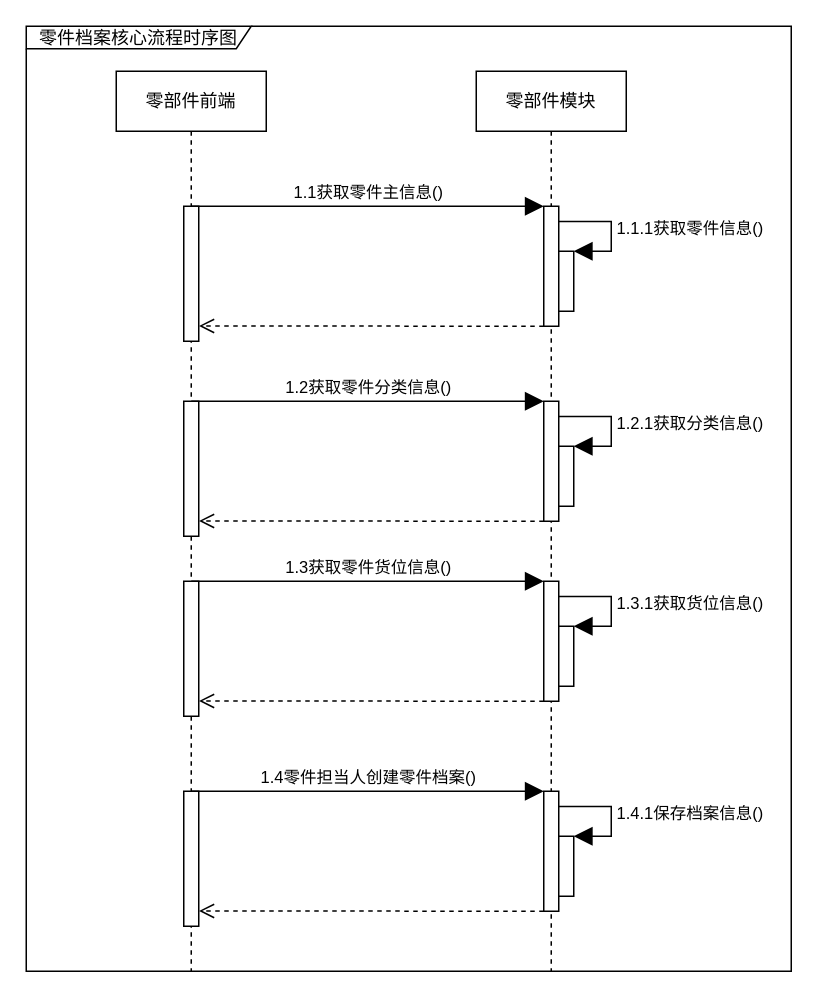
This is page "零件档案管理-时序图" (1 of 4) of 库存管理-零件档案管理.drawio from 1132489442/gitRepository1, a draw.io file, before an edit. Source tidied: cells renumbered, new cells numbered last; positions are measured from the earlier drawing's top-left corner, leaving out a move shared by most shapes. Both pictures are drawn from the tidied source at 150%, with x=0, y=0 at pixel (26, 26).
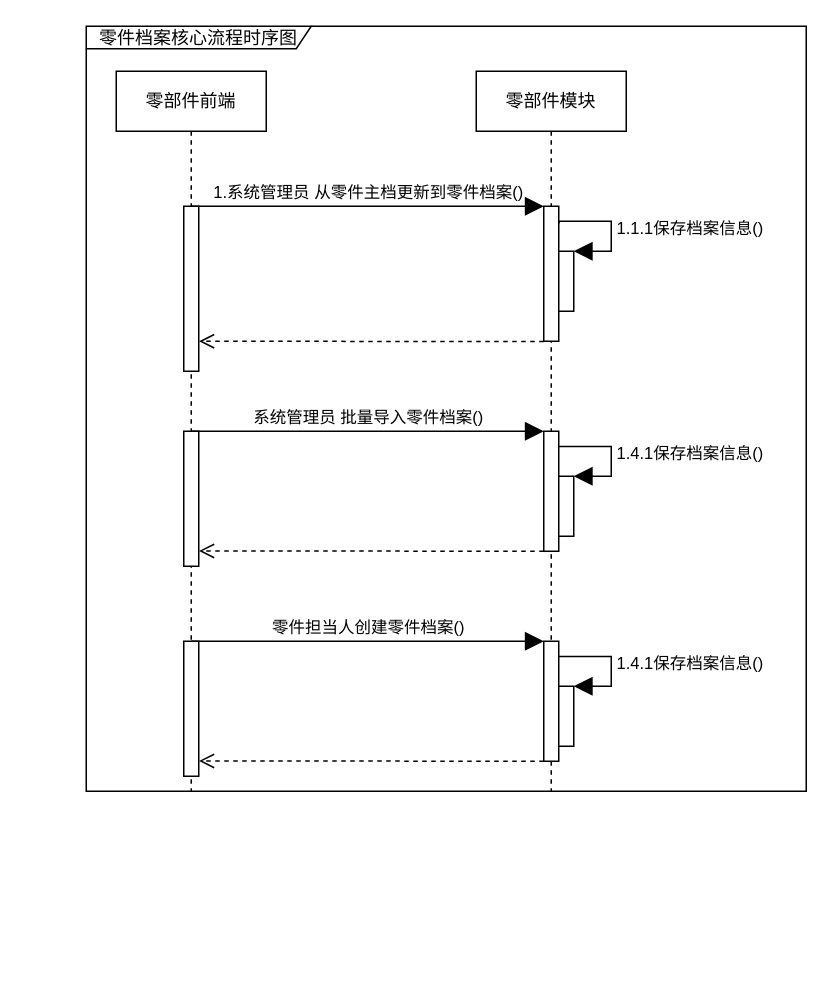
The same diagram, later.

The change refers to these unchanged cells:
```xml
<mxCell id="6" style="html=1;points=[];perimeter=orthogonalPerimeter;fillColor=#FFFFFF;" parent="4" vertex="1">
  <mxGeometry x="55" y="120" width="10" height="40" as="geometry" />
</mxCell>
```

Diff of the diagram source:
```diff
@@
     <mxCell id="2" value="零部件前端" style="shape=umlLifeline;perimeter=lifelinePerimeter;whiteSpace=wrap;html=1;fillColor=#FFFFFF;" parent="1" vertex="1">
-      <mxGeometry x="60" y="30" width="100" height="600" as="geometry" />
+      <mxGeometry x="60" y="30" width="100" height="480" as="geometry" />
     </mxCell>
     <mxCell id="3" style="html=1;perimeter=orthogonalPerimeter;fillColor=#FFFFFF;" parent="2" vertex="1">
-      <mxGeometry x="45" y="90" width="10" height="90" as="geometry" />
+      <mxGeometry x="45" y="90" width="10" height="110" as="geometry" />
     </mxCell>
     <mxCell id="4" value="零部件模块" style="shape=umlLifeline;perimeter=lifelinePerimeter;whiteSpace=wrap;html=1;fillColor=#FFFFFF;" parent="1" vertex="1">
-      <mxGeometry x="300" y="30" width="100" height="600" as="geometry" />
+      <mxGeometry x="300" y="30" width="100" height="480" as="geometry" />
     </mxCell>
     <mxCell id="5" style="html=1;points=[];perimeter=orthogonalPerimeter;fillColor=#FFFFFF;" parent="4" vertex="1">
-      <mxGeometry x="45" y="90" width="10" height="80" as="geometry" />
+      <mxGeometry x="45" y="90" width="10" height="90" as="geometry" />
     </mxCell>
@@
-    <mxCell id="7" value="1.1.1获取零件信息()" style="edgeStyle=orthogonalEdgeStyle;html=1;align=left;spacingLeft=2;endArrow=block;rounded=0;entryX=1;entryY=0;endSize=10;exitX=1.015;exitY=0.127;exitDx=0;exitDy=0;exitPerimeter=0;" parent="4" edge="1" source="5" target="6">
+    <mxCell id="7" value="1.1.1保存档案信息()" style="edgeStyle=orthogonalEdgeStyle;html=1;align=left;spacingLeft=2;endArrow=block;rounded=0;entryX=1;entryY=0;endSize=10;exitX=1.015;exitY=0.127;exitDx=0;exitDy=0;exitPerimeter=0;" parent="4" edge="1" source="5" target="6">
       <mxGeometry relative="1" as="geometry">
         <Array as="points">
           <mxPoint x="90" y="100" />
           <mxPoint x="90" y="120" />
         </Array>
       </mxGeometry>
     </mxCell>
-    <mxCell id="8" value="1.1获取零件主信息()" style="html=1;verticalAlign=bottom;endArrow=block;entryX=0;entryY=0;rounded=0;endSize=10;" parent="1" edge="1" target="5">
+    <mxCell id="8" value="1.系统管理员 从零件主档更新到零件档案()" style="html=1;verticalAlign=bottom;endArrow=block;entryX=0;entryY=0;rounded=0;endSize=10;" parent="1" edge="1" target="5">
       <mxGeometry relative="1" as="geometry">
         <mxPoint x="110" y="120" as="sourcePoint" />
       </mxGeometry>
     </mxCell>
     <mxCell id="9" style="html=1;verticalAlign=bottom;endArrow=open;dashed=1;endSize=8;exitX=0;exitY=0.95;rounded=0;entryX=1.017;entryY=0.948;entryDx=0;entryDy=0;entryPerimeter=0;" parent="1" edge="1">
       <mxGeometry relative="1" as="geometry">
-        <mxPoint x="345" y="200" as="sourcePoint" />
-        <mxPoint x="115.2" y="199.8" as="targetPoint" />
+        <mxPoint x="345" y="210.2" as="sourcePoint" />
+        <mxPoint x="115.2" y="210" as="targetPoint" />
       </mxGeometry>
     </mxCell>
-    <mxCell id="10" style="html=1;perimeter=orthogonalPerimeter;fillColor=#FFFFFF;" parent="1" vertex="1">
-      <mxGeometry x="105" y="250" width="10" height="90" as="geometry" />
-    </mxCell>
-    <mxCell id="11" style="html=1;points=[];perimeter=orthogonalPerimeter;fillColor=#FFFFFF;" parent="1" vertex="1">
-      <mxGeometry x="345" y="250" width="10" height="80" as="geometry" />
-    </mxCell>
-    <mxCell id="12" style="html=1;points=[];perimeter=orthogonalPerimeter;fillColor=#FFFFFF;" parent="1" vertex="1">
-      <mxGeometry x="355" y="280" width="10" height="40" as="geometry" />
-    </mxCell>
-    <mxCell id="13" value="1.2.1获取分类信息()" style="edgeStyle=orthogonalEdgeStyle;html=1;align=left;spacingLeft=2;endArrow=block;rounded=0;entryX=1;entryY=0;endSize=10;exitX=1.015;exitY=0.127;exitDx=0;exitDy=0;exitPerimeter=0;" parent="1" edge="1" source="11" target="12">
-      <mxGeometry relative="1" as="geometry">
-        <Array as="points">
-          <mxPoint x="390" y="260" />
-          <mxPoint x="390" y="280" />
-        </Array>
-      </mxGeometry>
-    </mxCell>
-    <mxCell id="14" value="1.2获取零件分类信息()" style="html=1;verticalAlign=bottom;endArrow=block;entryX=0;entryY=0;rounded=0;endSize=10;" parent="1" edge="1" target="11">
-      <mxGeometry relative="1" as="geometry">
-        <mxPoint x="110" y="250" as="sourcePoint" />
-      </mxGeometry>
-    </mxCell>
-    <mxCell id="15" style="html=1;verticalAlign=bottom;endArrow=open;dashed=1;endSize=8;exitX=0;exitY=0.95;rounded=0;entryX=1.017;entryY=0.948;entryDx=0;entryDy=0;entryPerimeter=0;" parent="1" edge="1">
-      <mxGeometry relative="1" as="geometry">
-        <mxPoint x="345" y="330" as="sourcePoint" />
-        <mxPoint x="115.2" y="329.8" as="targetPoint" />
-      </mxGeometry>
-    </mxCell>
-    <mxCell id="16" style="html=1;perimeter=orthogonalPerimeter;fillColor=#FFFFFF;" parent="1" vertex="1">
-      <mxGeometry x="105" y="370" width="10" height="90" as="geometry" />
-    </mxCell>
-    <mxCell id="17" style="html=1;points=[];perimeter=orthogonalPerimeter;fillColor=#FFFFFF;" parent="1" vertex="1">
-      <mxGeometry x="345" y="370" width="10" height="80" as="geometry" />
-    </mxCell>
-    <mxCell id="18" style="html=1;points=[];perimeter=orthogonalPerimeter;fillColor=#FFFFFF;" parent="1" vertex="1">
-      <mxGeometry x="355" y="400" width="10" height="40" as="geometry" />
-    </mxCell>
-    <mxCell id="19" value="1.3.1获取货位信息()" style="edgeStyle=orthogonalEdgeStyle;html=1;align=left;spacingLeft=2;endArrow=block;rounded=0;entryX=1;entryY=0;endSize=10;exitX=1.015;exitY=0.127;exitDx=0;exitDy=0;exitPerimeter=0;" parent="1" edge="1" source="17" target="18">
-      <mxGeometry relative="1" as="geometry">
-        <Array as="points">
-          <mxPoint x="390" y="380" />
-          <mxPoint x="390" y="400" />
-        </Array>
-      </mxGeometry>
-    </mxCell>
-    <mxCell id="20" value="1.3获取零件货位信息()" style="html=1;verticalAlign=bottom;endArrow=block;entryX=0;entryY=0;rounded=0;endSize=10;" parent="1" edge="1" target="17">
-      <mxGeometry relative="1" as="geometry">
-        <mxPoint x="110" y="370" as="sourcePoint" />
-      </mxGeometry>
-    </mxCell>
-    <mxCell id="21" style="html=1;verticalAlign=bottom;endArrow=open;dashed=1;endSize=8;exitX=0;exitY=0.95;rounded=0;entryX=1.017;entryY=0.948;entryDx=0;entryDy=0;entryPerimeter=0;" parent="1" edge="1">
-      <mxGeometry relative="1" as="geometry">
-        <mxPoint x="345" y="450" as="sourcePoint" />
-        <mxPoint x="115.2" y="449.8" as="targetPoint" />
-      </mxGeometry>
-    </mxCell>
     <mxCell id="22" style="html=1;perimeter=orthogonalPerimeter;fillColor=#FFFFFF;" parent="1" vertex="1">
-      <mxGeometry x="105" y="510" width="10" height="90" as="geometry" />
+      <mxGeometry x="105" y="410" width="10" height="90" as="geometry" />
     </mxCell>
     <mxCell id="23" style="html=1;points=[];perimeter=orthogonalPerimeter;fillColor=#FFFFFF;" parent="1" vertex="1">
-      <mxGeometry x="345" y="510" width="10" height="80" as="geometry" />
+      <mxGeometry x="345" y="410" width="10" height="80" as="geometry" />
     </mxCell>
     <mxCell id="24" style="html=1;points=[];perimeter=orthogonalPerimeter;fillColor=#FFFFFF;" parent="1" vertex="1">
-      <mxGeometry x="355" y="540" width="10" height="40" as="geometry" />
+      <mxGeometry x="355" y="440" width="10" height="40" as="geometry" />
     </mxCell>
     <mxCell id="25" value="1.4.1保存档案信息()" style="edgeStyle=orthogonalEdgeStyle;html=1;align=left;spacingLeft=2;endArrow=block;rounded=0;entryX=1;entryY=0;endSize=10;exitX=1.015;exitY=0.127;exitDx=0;exitDy=0;exitPerimeter=0;" parent="1" edge="1" source="23" target="24">
       <mxGeometry relative="1" as="geometry">
         <Array as="points">
-          <mxPoint x="390" y="520" />
-          <mxPoint x="390" y="540" />
+          <mxPoint x="390" y="420" />
+          <mxPoint x="390" y="440" />
         </Array>
       </mxGeometry>
     </mxCell>
-    <mxCell id="26" value="1.4零件担当人创建零件档案()" style="html=1;verticalAlign=bottom;endArrow=block;entryX=0;entryY=0;rounded=0;endSize=10;" parent="1" edge="1" target="23">
+    <mxCell id="26" value="零件担当人创建零件档案()" style="html=1;verticalAlign=bottom;endArrow=block;entryX=0;entryY=0;rounded=0;endSize=10;" parent="1" edge="1" target="23">
       <mxGeometry relative="1" as="geometry">
-        <mxPoint x="110" y="510" as="sourcePoint" />
+        <mxPoint x="110" y="410" as="sourcePoint" />
       </mxGeometry>
     </mxCell>
     <mxCell id="27" style="html=1;verticalAlign=bottom;endArrow=open;dashed=1;endSize=8;exitX=0;exitY=0.95;rounded=0;entryX=1.017;entryY=0.948;entryDx=0;entryDy=0;entryPerimeter=0;" parent="1" edge="1">
       <mxGeometry relative="1" as="geometry">
-        <mxPoint x="345" y="590" as="sourcePoint" />
-        <mxPoint x="115.2" y="589.8" as="targetPoint" />
+        <mxPoint x="345" y="490" as="sourcePoint" />
+        <mxPoint x="115.2" y="489.8" as="targetPoint" />
       </mxGeometry>
     </mxCell>
     <mxCell id="28" value="零件档案核心流程时序图" style="shape=umlFrame;whiteSpace=wrap;html=1;fillColor=#FFFFFF;width=150;height=15;" parent="1" vertex="1">
-      <mxGeometry width="510" height="630" as="geometry" />
+      <mxGeometry x="40" width="480" height="510" as="geometry" />
     </mxCell>
+    <mxCell id="29" style="html=1;perimeter=orthogonalPerimeter;fillColor=#FFFFFF;" parent="1" vertex="1">
+      <mxGeometry x="105" y="270" width="10" height="90" as="geometry" />
+    </mxCell>
+    <mxCell id="30" style="html=1;points=[];perimeter=orthogonalPerimeter;fillColor=#FFFFFF;" parent="1" vertex="1">
+      <mxGeometry x="345" y="270" width="10" height="80" as="geometry" />
+    </mxCell>
+    <mxCell id="31" style="html=1;points=[];perimeter=orthogonalPerimeter;fillColor=#FFFFFF;" parent="1" vertex="1">
+      <mxGeometry x="355" y="300" width="10" height="40" as="geometry" />
+    </mxCell>
+    <mxCell id="32" value="1.4.1保存档案信息()" style="edgeStyle=orthogonalEdgeStyle;html=1;align=left;spacingLeft=2;endArrow=block;rounded=0;entryX=1;entryY=0;endSize=10;exitX=1.015;exitY=0.127;exitDx=0;exitDy=0;exitPerimeter=0;" parent="1" edge="1" source="30" target="31">
+      <mxGeometry relative="1" as="geometry">
+        <Array as="points">
+          <mxPoint x="390" y="280" />
+          <mxPoint x="390" y="300" />
+        </Array>
+      </mxGeometry>
+    </mxCell>
+    <mxCell id="33" value="系统管理员 批量导入零件档案()" style="html=1;verticalAlign=bottom;endArrow=block;entryX=0;entryY=0;rounded=0;endSize=10;" parent="1" edge="1" target="30">
+      <mxGeometry relative="1" as="geometry">
+        <mxPoint x="110" y="270" as="sourcePoint" />
+      </mxGeometry>
+    </mxCell>
+    <mxCell id="34" style="html=1;verticalAlign=bottom;endArrow=open;dashed=1;endSize=8;exitX=0;exitY=0.95;rounded=0;entryX=1.017;entryY=0.948;entryDx=0;entryDy=0;entryPerimeter=0;" parent="1" edge="1">
+      <mxGeometry relative="1" as="geometry">
+        <mxPoint x="345" y="350" as="sourcePoint" />
+        <mxPoint x="115.2" y="349.8" as="targetPoint" />
+      </mxGeometry>
+    </mxCell>
```
